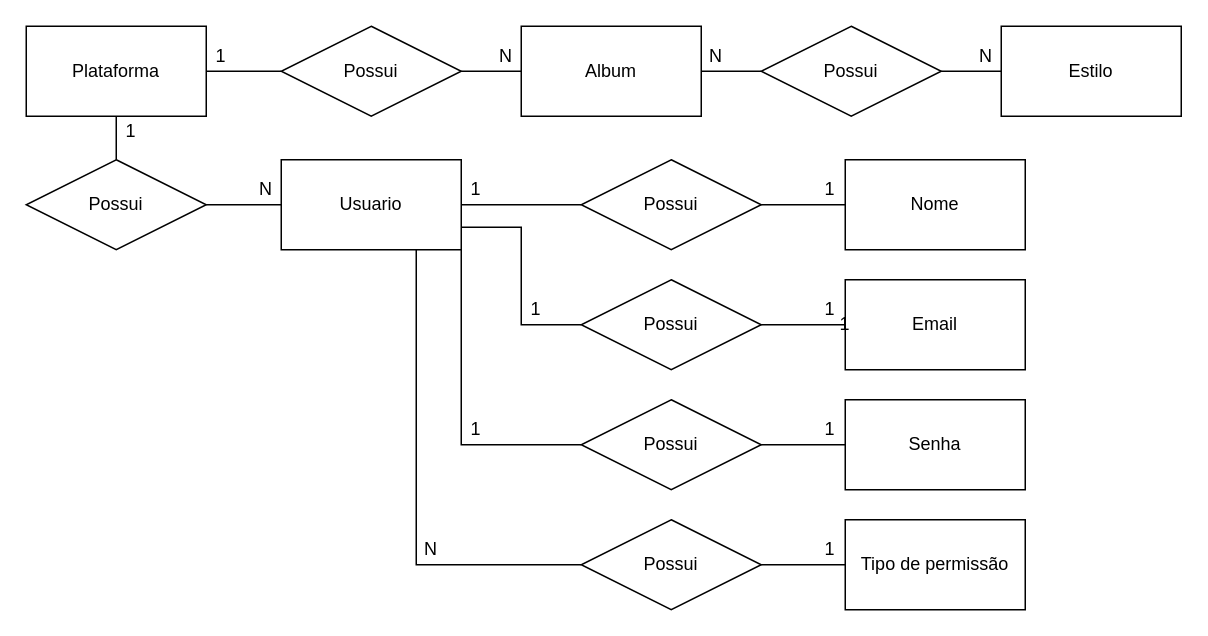
MiguelCandido/senai_sprint1_bd keeps this draw.io diagram as page "conceitual" (1 of 2) of Exercicios/1.4-exercicio-optus/1.4-exercicio-optus.drawio. Above is the earlier version. Source tidied: cells renumbered, new cells numbered last; positions are measured from the earlier drawing's top-left corner, leaving out a move shared by most shapes. Both pictures are drawn from the tidied source at 150%, with x=0, y=0 at pixel (26, 26).
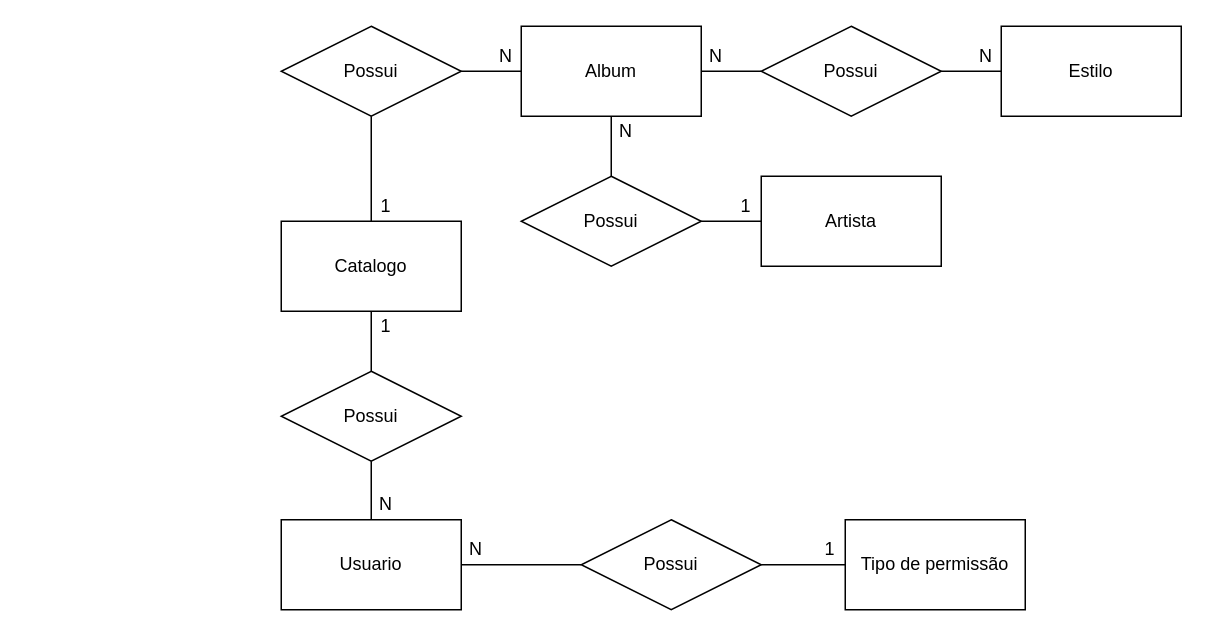
Above is the later version.

The change refers to these unchanged cells:
```xml
<mxCell id="8" value="Album" style="rounded=0;whiteSpace=wrap;html=1;" parent="1" vertex="1">
  <mxGeometry x="330" width="120" height="60" as="geometry" />
</mxCell>
<mxCell id="32" value="Possui" style="shape=rhombus;perimeter=rhombusPerimeter;whiteSpace=wrap;html=1;align=center;" parent="1" vertex="1">
  <mxGeometry x="370" y="329" width="120" height="60" as="geometry" />
</mxCell>
```

Diff of the diagram source:
```diff
@@
-    <mxCell id="2" style="edgeStyle=orthogonalEdgeStyle;rounded=0;jettySize=auto;html=1;exitX=1;exitY=0.5;exitDx=0;exitDy=0;endArrow=none;endFill=0;" parent="1" edge="1" source="4" target="6">
-      <mxGeometry relative="1" as="geometry" />
-    </mxCell>
-    <mxCell id="3" style="edgeStyle=orthogonalEdgeStyle;rounded=0;jettySize=auto;html=1;endArrow=none;endFill=0;" parent="1" edge="1" source="4" target="17">
-      <mxGeometry relative="1" as="geometry" />
-    </mxCell>
-    <mxCell id="4" value="Plataforma" style="rounded=0;whiteSpace=wrap;html=1;" parent="1" vertex="1">
-      <mxGeometry width="120" height="60" as="geometry" />
-    </mxCell>
-    <mxCell id="5" style="edgeStyle=orthogonalEdgeStyle;rounded=0;jettySize=auto;html=1;entryX=0;entryY=0.5;entryDx=0;entryDy=0;endArrow=none;endFill=0;" parent="1" edge="1" source="6" target="8">
-      <mxGeometry relative="1" as="geometry" />
-    </mxCell>
-    <mxCell id="6" value="Possui" style="shape=rhombus;perimeter=rhombusPerimeter;whiteSpace=wrap;html=1;align=center;" parent="1" vertex="1">
-      <mxGeometry x="170" width="120" height="60" as="geometry" />
-    </mxCell>
@@
+    <mxCell id="46" style="edgeStyle=orthogonalEdgeStyle;rounded=0;jettySize=auto;html=1;entryX=0.5;entryY=0;entryDx=0;entryDy=0;endArrow=none;endFill=0;" parent="1" edge="1" source="8" target="50">
+      <mxGeometry relative="1" as="geometry" />
+    </mxCell>
@@
-    <mxCell id="9" value="1" style="text;html=1;strokeColor=none;fillColor=none;align=center;verticalAlign=middle;whiteSpace=wrap;rounded=0;" parent="1" vertex="1">
-      <mxGeometry x="120" y="10" width="20" height="20" as="geometry" />
-    </mxCell>
@@
-    <mxCell id="16" style="edgeStyle=orthogonalEdgeStyle;rounded=0;jettySize=auto;html=1;endArrow=none;endFill=0;" parent="1" edge="1" source="17">
-      <mxGeometry relative="1" as="geometry">
-        <mxPoint x="170" y="119" as="targetPoint" />
-      </mxGeometry>
-    </mxCell>
-    <mxCell id="17" value="Possui" style="shape=rhombus;perimeter=rhombusPerimeter;whiteSpace=wrap;html=1;align=center;" parent="1" vertex="1">
-      <mxGeometry y="89" width="120" height="60" as="geometry" />
-    </mxCell>
-    <mxCell id="18" value="1" style="text;html=1;strokeColor=none;fillColor=none;align=center;verticalAlign=middle;whiteSpace=wrap;rounded=0;" parent="1" vertex="1">
-      <mxGeometry x="60" y="60" width="20" height="20" as="geometry" />
-    </mxCell>
-    <mxCell id="19" value="N" style="text;html=1;strokeColor=none;fillColor=none;align=center;verticalAlign=middle;whiteSpace=wrap;rounded=0;" parent="1" vertex="1">
-      <mxGeometry x="150" y="99" width="20" height="20" as="geometry" />
-    </mxCell>
-    <mxCell id="20" style="edgeStyle=orthogonalEdgeStyle;rounded=0;jettySize=auto;html=1;entryX=0;entryY=0.5;entryDx=0;entryDy=0;endArrow=none;endFill=0;" parent="1" edge="1" source="24" target="26">
-      <mxGeometry relative="1" as="geometry" />
-    </mxCell>
-    <mxCell id="21" style="edgeStyle=orthogonalEdgeStyle;rounded=0;jettySize=auto;html=1;exitX=1;exitY=0.75;exitDx=0;exitDy=0;entryX=0;entryY=0.5;entryDx=0;entryDy=0;endArrow=none;endFill=0;" parent="1" edge="1" source="24" target="28">
-      <mxGeometry relative="1" as="geometry" />
-    </mxCell>
-    <mxCell id="22" style="edgeStyle=orthogonalEdgeStyle;rounded=0;jettySize=auto;html=1;exitX=1;exitY=1;exitDx=0;exitDy=0;entryX=0;entryY=0.5;entryDx=0;entryDy=0;endArrow=none;endFill=0;" parent="1" edge="1" source="24" target="30">
-      <mxGeometry relative="1" as="geometry" />
-    </mxCell>
-    <mxCell id="23" style="edgeStyle=orthogonalEdgeStyle;rounded=0;jettySize=auto;html=1;exitX=0.75;exitY=1;exitDx=0;exitDy=0;entryX=0;entryY=0.5;entryDx=0;entryDy=0;endArrow=none;endFill=0;" parent="1" edge="1" source="24" target="32">
+    <mxCell id="23" style="edgeStyle=orthogonalEdgeStyle;rounded=0;jettySize=auto;html=1;exitX=1;exitY=0.5;exitDx=0;exitDy=0;entryX=0;entryY=0.5;entryDx=0;entryDy=0;endArrow=none;endFill=0;" parent="1" edge="1" source="24" target="32">
       <mxGeometry relative="1" as="geometry" />
     </mxCell>
+    <mxCell id="47" style="edgeStyle=orthogonalEdgeStyle;rounded=0;jettySize=auto;html=1;exitX=0.5;exitY=0;exitDx=0;exitDy=0;endArrow=none;endFill=0;entryX=0.5;entryY=1;entryDx=0;entryDy=0;" parent="1" edge="1" source="24" target="54">
+      <mxGeometry relative="1" as="geometry" />
+    </mxCell>
     <mxCell id="24" value="Usuario&lt;br&gt;" style="rounded=0;whiteSpace=wrap;html=1;" parent="1" vertex="1">
-      <mxGeometry x="170" y="89" width="120" height="60" as="geometry" />
+      <mxGeometry x="170" y="329" width="120" height="60" as="geometry" />
     </mxCell>
-    <mxCell id="25" style="edgeStyle=orthogonalEdgeStyle;rounded=0;jettySize=auto;html=1;exitX=1;exitY=0.5;exitDx=0;exitDy=0;endArrow=none;endFill=0;entryX=0;entryY=0.5;entryDx=0;entryDy=0;" parent="1" edge="1" source="26" target="33">
-      <mxGeometry relative="1" as="geometry" />
-    </mxCell>
-    <mxCell id="26" value="Possui" style="shape=rhombus;perimeter=rhombusPerimeter;whiteSpace=wrap;html=1;align=center;" parent="1" vertex="1">
-      <mxGeometry x="370" y="89" width="120" height="60" as="geometry" />
-    </mxCell>
-    <mxCell id="27" style="edgeStyle=orthogonalEdgeStyle;rounded=0;jettySize=auto;html=1;exitX=1;exitY=0.5;exitDx=0;exitDy=0;entryX=0;entryY=0.5;entryDx=0;entryDy=0;endArrow=none;endFill=0;" parent="1" edge="1" source="28" target="34">
-      <mxGeometry relative="1" as="geometry" />
-    </mxCell>
-    <mxCell id="28" value="Possui" style="shape=rhombus;perimeter=rhombusPerimeter;whiteSpace=wrap;html=1;align=center;" parent="1" vertex="1">
-      <mxGeometry x="370" y="169" width="120" height="60" as="geometry" />
-    </mxCell>
-    <mxCell id="29" style="edgeStyle=orthogonalEdgeStyle;rounded=0;jettySize=auto;html=1;exitX=1;exitY=0.5;exitDx=0;exitDy=0;endArrow=none;endFill=0;" parent="1" edge="1" source="30" target="35">
-      <mxGeometry relative="1" as="geometry" />
-    </mxCell>
-    <mxCell id="30" value="Possui" style="shape=rhombus;perimeter=rhombusPerimeter;whiteSpace=wrap;html=1;align=center;" parent="1" vertex="1">
-      <mxGeometry x="370" y="249" width="120" height="60" as="geometry" />
-    </mxCell>
@@
-    <mxCell id="33" value="Nome" style="rounded=0;whiteSpace=wrap;html=1;" parent="1" vertex="1">
-      <mxGeometry x="546" y="89" width="120" height="60" as="geometry" />
-    </mxCell>
-    <mxCell id="34" value="Email" style="rounded=0;whiteSpace=wrap;html=1;" parent="1" vertex="1">
-      <mxGeometry x="546" y="169" width="120" height="60" as="geometry" />
-    </mxCell>
-    <mxCell id="35" value="Senha" style="rounded=0;whiteSpace=wrap;html=1;" parent="1" vertex="1">
-      <mxGeometry x="546" y="249" width="120" height="60" as="geometry" />
-    </mxCell>
@@
-    <mxCell id="37" value="1" style="text;html=1;strokeColor=none;fillColor=none;align=center;verticalAlign=middle;whiteSpace=wrap;rounded=0;" parent="1" vertex="1">
-      <mxGeometry x="290" y="99" width="20" height="20" as="geometry" />
-    </mxCell>
-    <mxCell id="38" value="1" style="text;html=1;strokeColor=none;fillColor=none;align=center;verticalAlign=middle;whiteSpace=wrap;rounded=0;" parent="1" vertex="1">
-      <mxGeometry x="526" y="99" width="20" height="20" as="geometry" />
-    </mxCell>
-    <mxCell id="39" value="1" style="text;html=1;strokeColor=none;fillColor=none;align=center;verticalAlign=middle;whiteSpace=wrap;rounded=0;" parent="1" vertex="1">
-      <mxGeometry x="526" y="179" width="20" height="20" as="geometry" />
-    </mxCell>
-    <mxCell id="40" value="1" style="text;html=1;strokeColor=none;fillColor=none;align=center;verticalAlign=middle;whiteSpace=wrap;rounded=0;" parent="1" vertex="1">
-      <mxGeometry x="536" y="189" width="20" height="20" as="geometry" />
-    </mxCell>
-    <mxCell id="41" value="1" style="text;html=1;strokeColor=none;fillColor=none;align=center;verticalAlign=middle;whiteSpace=wrap;rounded=0;" parent="1" vertex="1">
-      <mxGeometry x="526" y="259" width="20" height="20" as="geometry" />
-    </mxCell>
@@
     <mxCell id="43" value="N" style="text;html=1;strokeColor=none;fillColor=none;align=center;verticalAlign=middle;whiteSpace=wrap;rounded=0;" parent="1" vertex="1">
-      <mxGeometry x="260" y="339" width="20" height="20" as="geometry" />
+      <mxGeometry x="290" y="339" width="20" height="20" as="geometry" />
     </mxCell>
-    <mxCell id="44" value="1" style="text;html=1;strokeColor=none;fillColor=none;align=center;verticalAlign=middle;whiteSpace=wrap;rounded=0;" parent="1" vertex="1">
-      <mxGeometry x="290" y="259" width="20" height="20" as="geometry" />
-    </mxCell>
-    <mxCell id="45" value="1" style="text;html=1;strokeColor=none;fillColor=none;align=center;verticalAlign=middle;whiteSpace=wrap;rounded=0;" parent="1" vertex="1">
-      <mxGeometry x="330" y="179" width="20" height="20" as="geometry" />
-    </mxCell>
+    <mxCell id="48" value="Artista" style="rounded=0;whiteSpace=wrap;html=1;" parent="1" vertex="1">
+      <mxGeometry x="490" y="100" width="120" height="60" as="geometry" />
+    </mxCell>
+    <mxCell id="49" style="edgeStyle=orthogonalEdgeStyle;rounded=0;jettySize=auto;html=1;entryX=0;entryY=0.5;entryDx=0;entryDy=0;endArrow=none;endFill=0;" parent="1" edge="1" source="50" target="48">
+      <mxGeometry relative="1" as="geometry" />
+    </mxCell>
+    <mxCell id="50" value="Possui" style="shape=rhombus;perimeter=rhombusPerimeter;whiteSpace=wrap;html=1;align=center;" parent="1" vertex="1">
+      <mxGeometry x="330" y="100" width="120" height="60" as="geometry" />
+    </mxCell>
+    <mxCell id="51" value="N" style="text;html=1;strokeColor=none;fillColor=none;align=center;verticalAlign=middle;whiteSpace=wrap;rounded=0;" parent="1" vertex="1">
+      <mxGeometry x="390" y="60" width="20" height="20" as="geometry" />
+    </mxCell>
+    <mxCell id="52" value="1" style="text;html=1;strokeColor=none;fillColor=none;align=center;verticalAlign=middle;whiteSpace=wrap;rounded=0;" parent="1" vertex="1">
+      <mxGeometry x="470" y="110" width="20" height="20" as="geometry" />
+    </mxCell>
+    <mxCell id="53" style="edgeStyle=orthogonalEdgeStyle;rounded=0;jettySize=auto;html=1;exitX=0.5;exitY=0;exitDx=0;exitDy=0;endArrow=none;endFill=0;" parent="1" edge="1" source="54" target="57">
+      <mxGeometry relative="1" as="geometry" />
+    </mxCell>
+    <mxCell id="54" value="Possui" style="shape=rhombus;perimeter=rhombusPerimeter;whiteSpace=wrap;html=1;align=center;" parent="1" vertex="1">
+      <mxGeometry x="170" y="230" width="120" height="60" as="geometry" />
+    </mxCell>
+    <mxCell id="55" value="1" style="text;html=1;strokeColor=none;fillColor=none;align=center;verticalAlign=middle;whiteSpace=wrap;rounded=0;" parent="1" vertex="1">
+      <mxGeometry x="230" y="190" width="20" height="20" as="geometry" />
+    </mxCell>
+    <mxCell id="56" style="edgeStyle=orthogonalEdgeStyle;rounded=0;jettySize=auto;html=1;entryX=0.5;entryY=1;entryDx=0;entryDy=0;endArrow=none;endFill=0;" parent="1" edge="1" source="57" target="59">
+      <mxGeometry relative="1" as="geometry" />
+    </mxCell>
+    <mxCell id="57" value="Catalogo" style="rounded=0;whiteSpace=wrap;html=1;" parent="1" vertex="1">
+      <mxGeometry x="170" y="130" width="120" height="60" as="geometry" />
+    </mxCell>
+    <mxCell id="58" style="edgeStyle=orthogonalEdgeStyle;rounded=0;jettySize=auto;html=1;entryX=0;entryY=0.5;entryDx=0;entryDy=0;endArrow=none;endFill=0;" parent="1" edge="1" source="59" target="8">
+      <mxGeometry relative="1" as="geometry" />
+    </mxCell>
+    <mxCell id="59" value="Possui" style="shape=rhombus;perimeter=rhombusPerimeter;whiteSpace=wrap;html=1;align=center;" parent="1" vertex="1">
+      <mxGeometry x="170" width="120" height="60" as="geometry" />
+    </mxCell>
+    <mxCell id="60" value="N" style="text;html=1;strokeColor=none;fillColor=none;align=center;verticalAlign=middle;whiteSpace=wrap;rounded=0;" parent="1" vertex="1">
+      <mxGeometry x="230" y="309" width="20" height="20" as="geometry" />
+    </mxCell>
+    <mxCell id="61" value="1" style="text;html=1;strokeColor=none;fillColor=none;align=center;verticalAlign=middle;whiteSpace=wrap;rounded=0;" parent="1" vertex="1">
+      <mxGeometry x="230" y="110" width="20" height="20" as="geometry" />
+    </mxCell>
```
